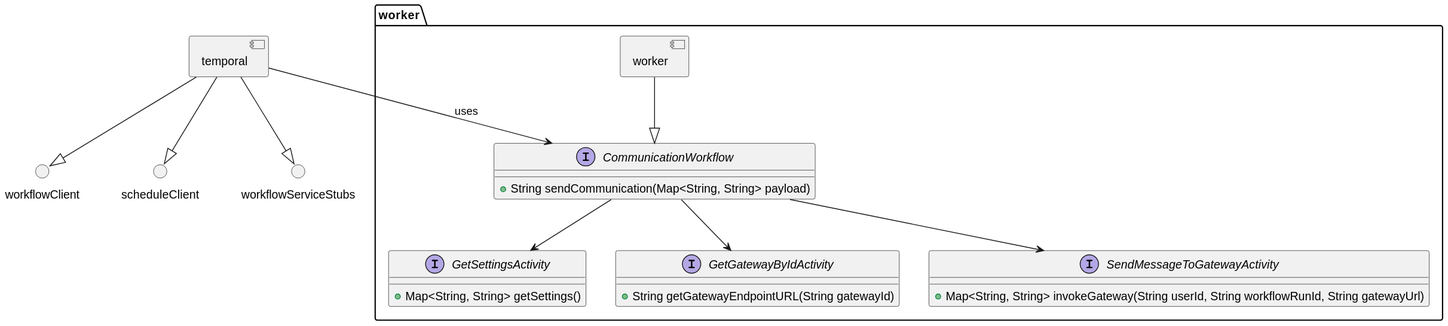
Above: Designs/Images/System Context/Components/WorkerInterfaces.svg in CameronWard301/communication_scheduler (PlantUML), before the change.
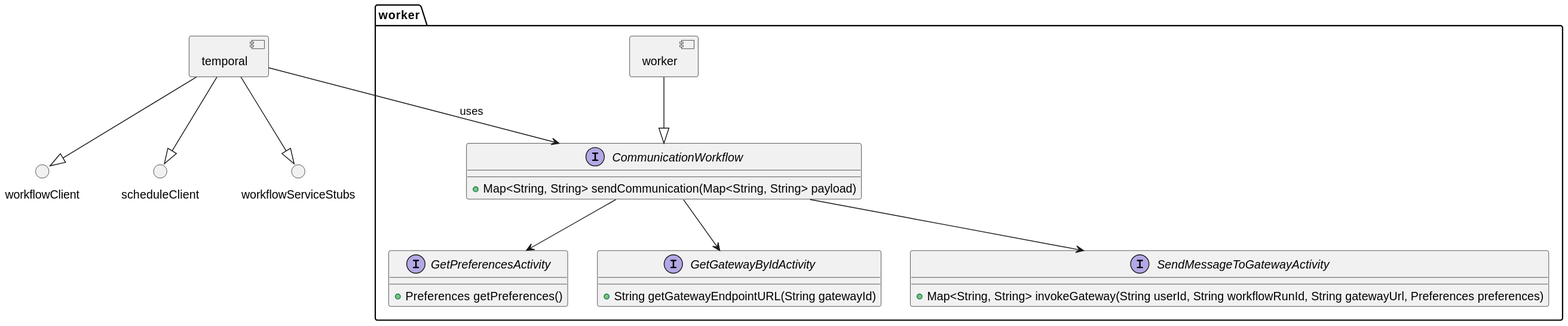
The same file after the commit.

What changed in the source:
```diff
@@ -17,26 +17,23 @@
     }
 
     interface CommunicationWorkflow {
-        + String sendCommunication(Map<String, String> payload)
-
+        + Map<String, String> sendCommunication(Map<String, String> payload)
     }
 
-    interface GetSettingsActivity {
-        + Map<String, String> getSettings()
-
+    interface GetPreferencesActivity {
+        + Preferences getPreferences()
     }
 
     interface GetGatewayByIdActivity {
         + String getGatewayEndpointURL(String gatewayId)
-
     }
 
     interface SendMessageToGatewayActivity {
-        + Map<String, String> invokeGateway(String userId, String workflowRunId, String gatewayUrl)
+        + Map<String, String> invokeGateway(String userId, String workflowRunId, String gatewayUrl, Preferences preferences)
     }
 
     worker --|> CommunicationWorkflow
-    CommunicationWorkflow --> GetSettingsActivity
+    CommunicationWorkflow --> GetPreferencesActivity
     CommunicationWorkflow --> SendMessageToGatewayActivity
     CommunicationWorkflow --> GetGatewayByIdActivity
 }
```
